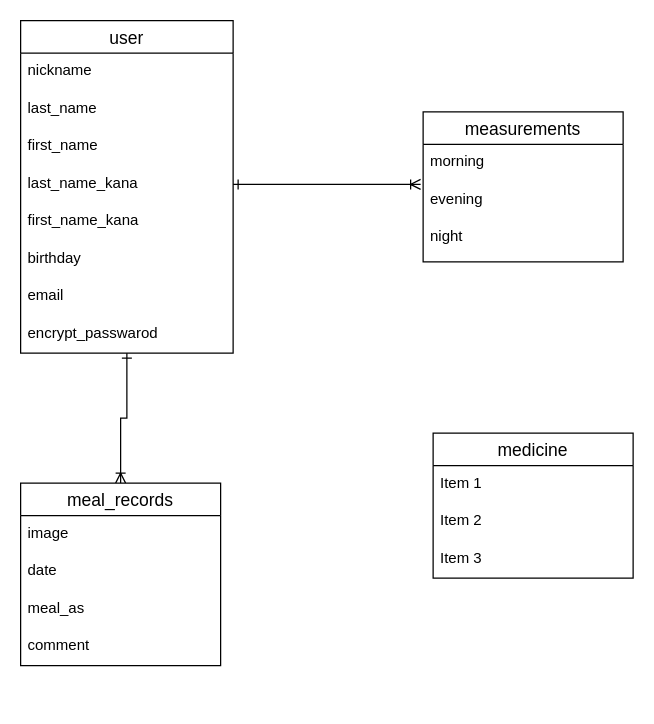
This is ER.dio from KatoSayaka/original_app, a draw.io file, before an edit. Source tidied: cells renumbered, new cells numbered last; positions are measured from the earlier drawing's top-left corner, leaving out a move shared by most shapes. Both pictures are drawn from the tidied source at 125%, with x=0, y=0 at pixel (20, 20).
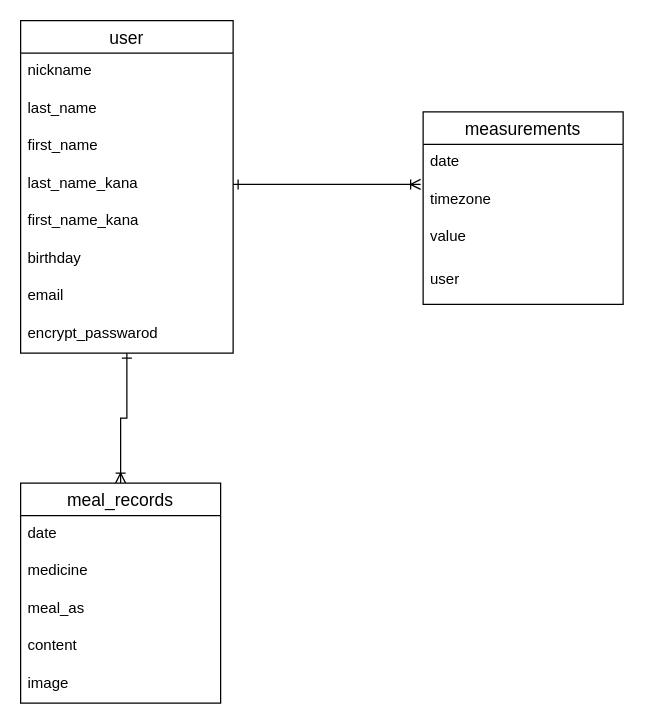
The same page after the edit.

Change to the diagram source:
```diff
@@
     <mxCell id="12" value="meal_records" style="swimlane;fontStyle=0;horizontal=1;startSize=26;align=center;fontSize=14;" parent="1" vertex="1">
-      <mxGeometry y="370" width="160" height="146" as="geometry" />
+      <mxGeometry y="370" width="160" height="176" as="geometry" />
     </mxCell>
-    <mxCell id="13" value="image" style="text;strokeColor=none;fillColor=none;spacingLeft=4;spacingRight=4;overflow=hidden;fontSize=12;" parent="12" vertex="1">
-      <mxGeometry y="26" width="160" height="30" as="geometry" />
-    </mxCell>
     <mxCell id="14" value="date" style="text;strokeColor=none;fillColor=none;spacingLeft=4;spacingRight=4;overflow=hidden;fontSize=12;" parent="12" vertex="1">
-      <mxGeometry y="56" width="160" height="30" as="geometry" />
+      <mxGeometry y="26" width="160" height="30" as="geometry" />
     </mxCell>
+    <mxCell id="17" value="medicine" style="text;strokeColor=none;fillColor=none;spacingLeft=4;spacingRight=4;overflow=hidden;fontSize=12;" parent="12" vertex="1">
+      <mxGeometry y="56" width="160" height="30" as="geometry" />
+    </mxCell>
@@
-    <mxCell id="16" value="comment" style="text;strokeColor=none;fillColor=none;spacingLeft=4;spacingRight=4;overflow=hidden;fontSize=12;" parent="12" vertex="1">
+    <mxCell id="16" value="content" style="text;strokeColor=none;fillColor=none;spacingLeft=4;spacingRight=4;overflow=hidden;fontSize=12;" parent="12" vertex="1">
       <mxGeometry y="116" width="160" height="30" as="geometry" />
     </mxCell>
-    <mxCell id="17" value="medicine" style="swimlane;fontStyle=0;horizontal=1;startSize=26;align=center;fontSize=14;" parent="1" vertex="1">
-      <mxGeometry x="330" y="330" width="160" height="116" as="geometry" />
-    </mxCell>
-    <mxCell id="18" value="Item 1" style="text;strokeColor=none;fillColor=none;spacingLeft=4;spacingRight=4;overflow=hidden;fontSize=12;" parent="17" vertex="1">
-      <mxGeometry y="26" width="160" height="30" as="geometry" />
-    </mxCell>
-    <mxCell id="19" value="Item 2" style="text;strokeColor=none;fillColor=none;spacingLeft=4;spacingRight=4;overflow=hidden;fontSize=12;" parent="17" vertex="1">
-      <mxGeometry y="56" width="160" height="30" as="geometry" />
-    </mxCell>
-    <mxCell id="20" value="Item 3" style="text;strokeColor=none;fillColor=none;spacingLeft=4;spacingRight=4;overflow=hidden;fontSize=12;" parent="17" vertex="1">
-      <mxGeometry y="86" width="160" height="30" as="geometry" />
-    </mxCell>
+    <mxCell id="13" value="image" style="text;strokeColor=none;fillColor=none;spacingLeft=4;spacingRight=4;overflow=hidden;fontSize=12;" parent="12" vertex="1">
+      <mxGeometry y="146" width="160" height="30" as="geometry" />
+    </mxCell>
@@
     <mxCell id="22" value="measurements" style="swimlane;fontStyle=0;horizontal=1;startSize=26;align=center;fontSize=14;" parent="1" vertex="1">
-      <mxGeometry x="322" y="73" width="160" height="120" as="geometry" />
+      <mxGeometry x="322" y="73" width="160" height="154" as="geometry" />
     </mxCell>
-    <mxCell id="23" value="morning" style="text;strokeColor=none;fillColor=none;spacingLeft=4;spacingRight=4;overflow=hidden;fontSize=12;" parent="22" vertex="1">
+    <mxCell id="23" value="date" style="text;strokeColor=none;fillColor=none;spacingLeft=4;spacingRight=4;overflow=hidden;fontSize=12;" parent="22" vertex="1">
       <mxGeometry y="26" width="160" height="30" as="geometry" />
     </mxCell>
-    <mxCell id="24" value="evening" style="text;strokeColor=none;fillColor=none;spacingLeft=4;spacingRight=4;overflow=hidden;fontSize=12;" parent="22" vertex="1">
+    <mxCell id="24" value="timezone" style="text;strokeColor=none;fillColor=none;spacingLeft=4;spacingRight=4;overflow=hidden;fontSize=12;" parent="22" vertex="1">
       <mxGeometry y="56" width="160" height="30" as="geometry" />
     </mxCell>
-    <mxCell id="25" value="night" style="text;strokeColor=none;fillColor=none;spacingLeft=4;spacingRight=4;overflow=hidden;fontSize=12;" parent="22" vertex="1">
+    <mxCell id="25" value="value" style="text;strokeColor=none;fillColor=none;spacingLeft=4;spacingRight=4;overflow=hidden;fontSize=12;" parent="22" vertex="1">
       <mxGeometry y="86" width="160" height="34" as="geometry" />
     </mxCell>
+    <mxCell id="26" value="user" style="text;strokeColor=none;fillColor=none;spacingLeft=4;spacingRight=4;overflow=hidden;fontSize=12;" parent="22" vertex="1">
+      <mxGeometry y="120" width="160" height="34" as="geometry" />
+    </mxCell>
```
